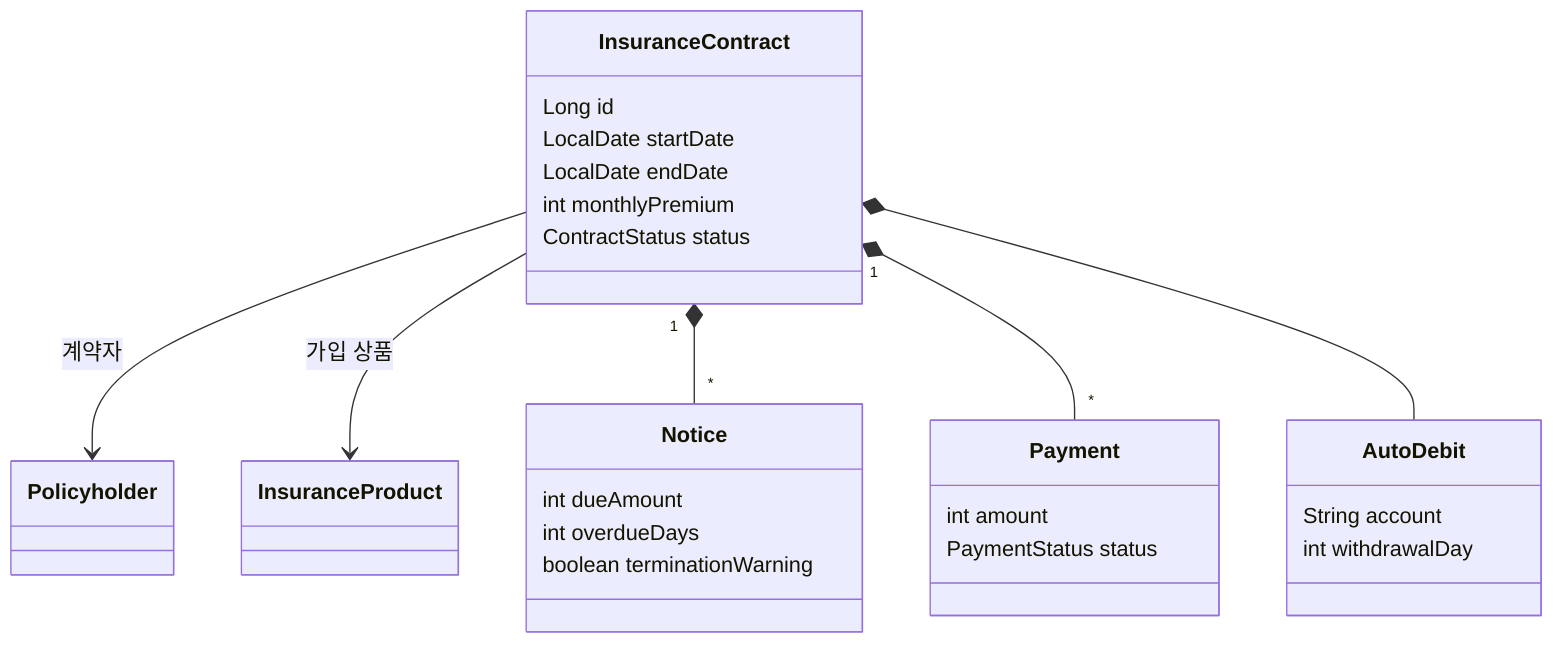
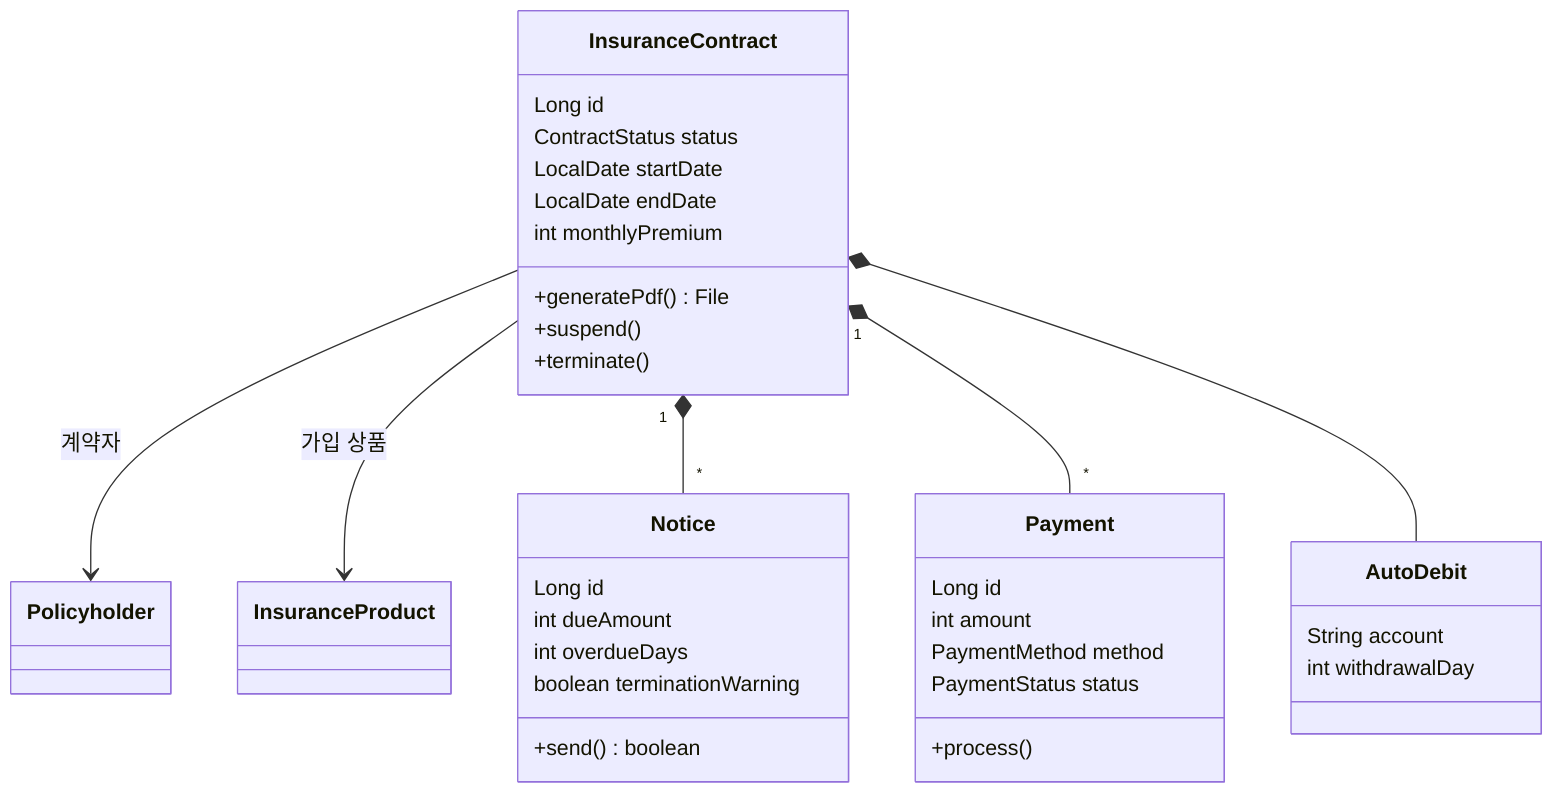
classDiagram
direction TB
class InsuranceContract {
  Long id
+   ContractStatus status
  LocalDate startDate
  LocalDate endDate
  int monthlyPremium
-   ContractStatus status
+   +generatePdf() File
+   +suspend()
+   +terminate()
}
class Policyholder
class InsuranceProduct
class Notice {
+   Long id
  int dueAmount
  int overdueDays
  boolean terminationWarning
+   +send() boolean
}
class Payment {
+   Long id
  int amount
+   PaymentMethod method
  PaymentStatus status
+   +process()
}
class AutoDebit {
  String account
  int withdrawalDay
}
InsuranceContract --> Policyholder : 계약자
InsuranceContract --> InsuranceProduct : 가입 상품
InsuranceContract "1" *-- "*" Notice
InsuranceContract "1" *-- "*" Payment
InsuranceContract *-- AutoDebit
